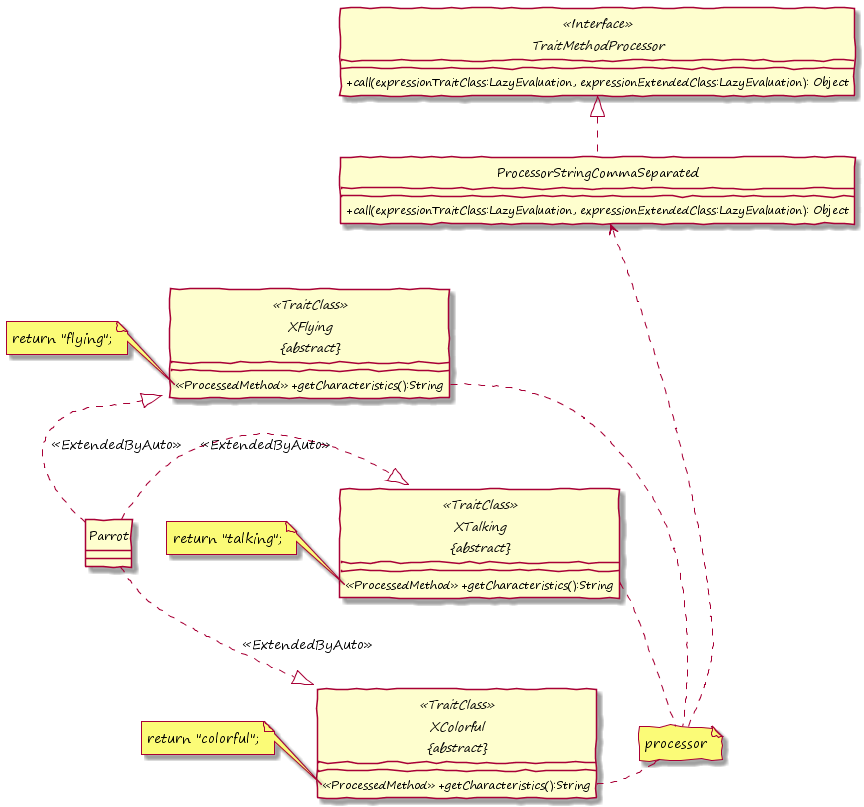
The PlantUML diagram images/PlantUML_ExtendedBy_Processed_Method_Own_Processor_In.png in KirstenZa/xtend-etai, before a commit.
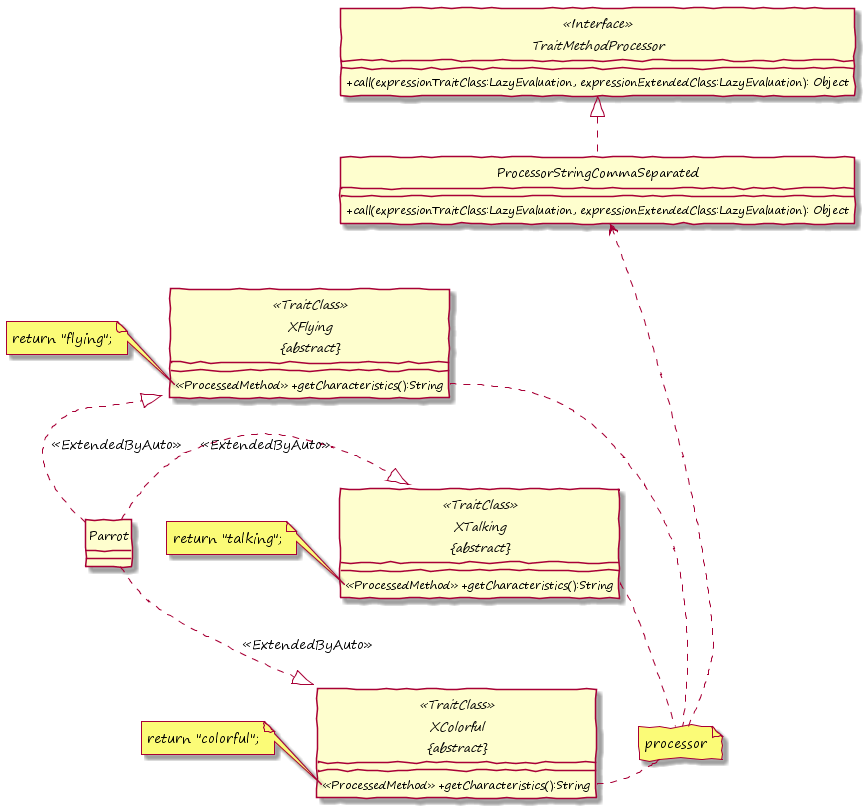
Above is the later version.

What changed in the source:
```diff
@@ -35,15 +35,15 @@
 Parrot .-|> XTalking : <<ExtendedByAuto>>
 Parrot .-|> XColorful : <<ExtendedByAuto>>
 
-note left of XFlying::getCharacteristics
+note left of XFlying::getCharacteristics()
   return "flying";
 end note
 
-note left of XTalking::getCharacteristics
+note left of XTalking::getCharacteristics()
   return "talking";
 end note
 
-note left of XColorful::getCharacteristics
+note left of XColorful::getCharacteristics()
   return "colorful";
 end note
 
```
